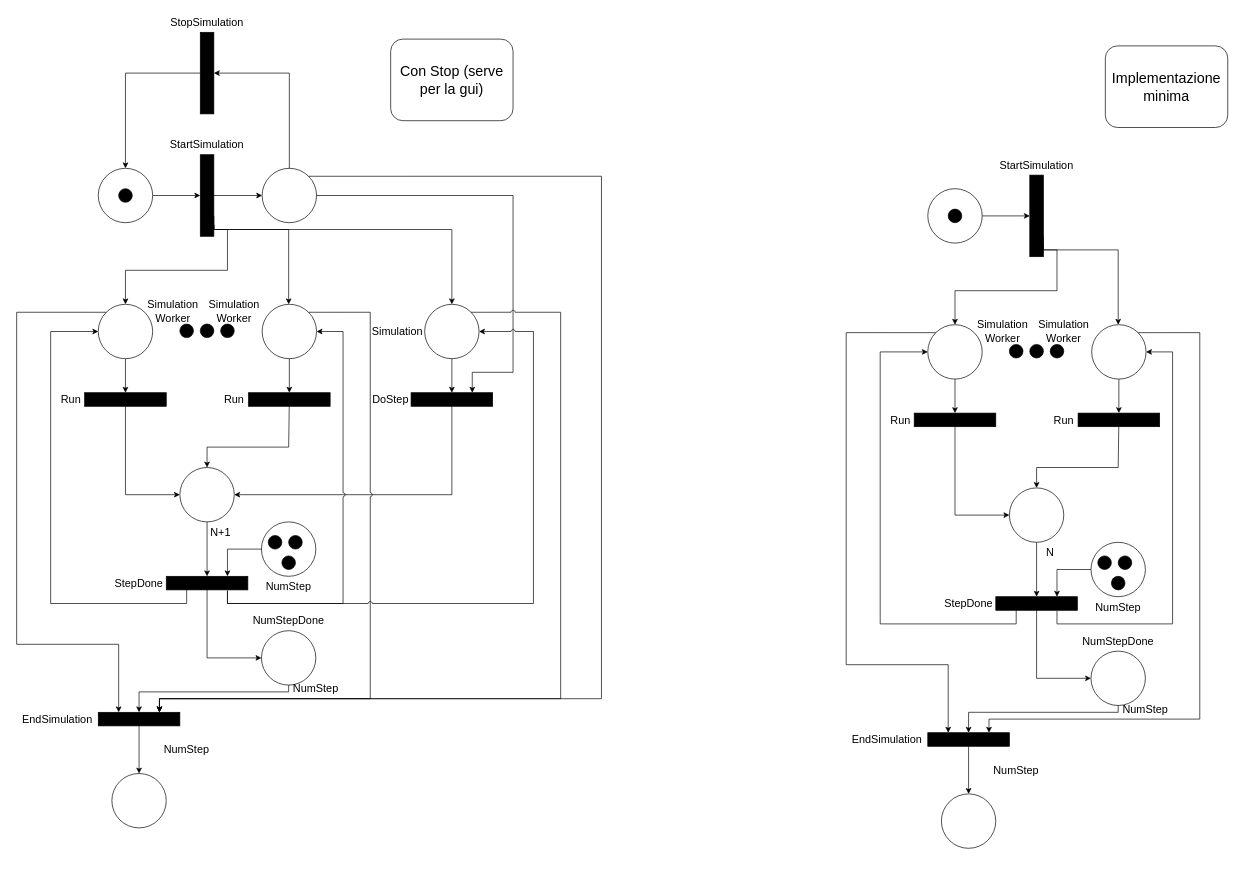
Earlier version of the draw.io diagram page "petrinet" (2 of 3) of PCD_ASS01.drawio (zucchero-sintattico/PCD-ASS02-23-24). Source tidied: cells renumbered, new cells numbered last; positions are measured from the earlier drawing's top-left corner, leaving out a move shared by most shapes. Both pictures are drawn from the tidied source at 68%, with x=0, y=0 at pixel (16, 12).
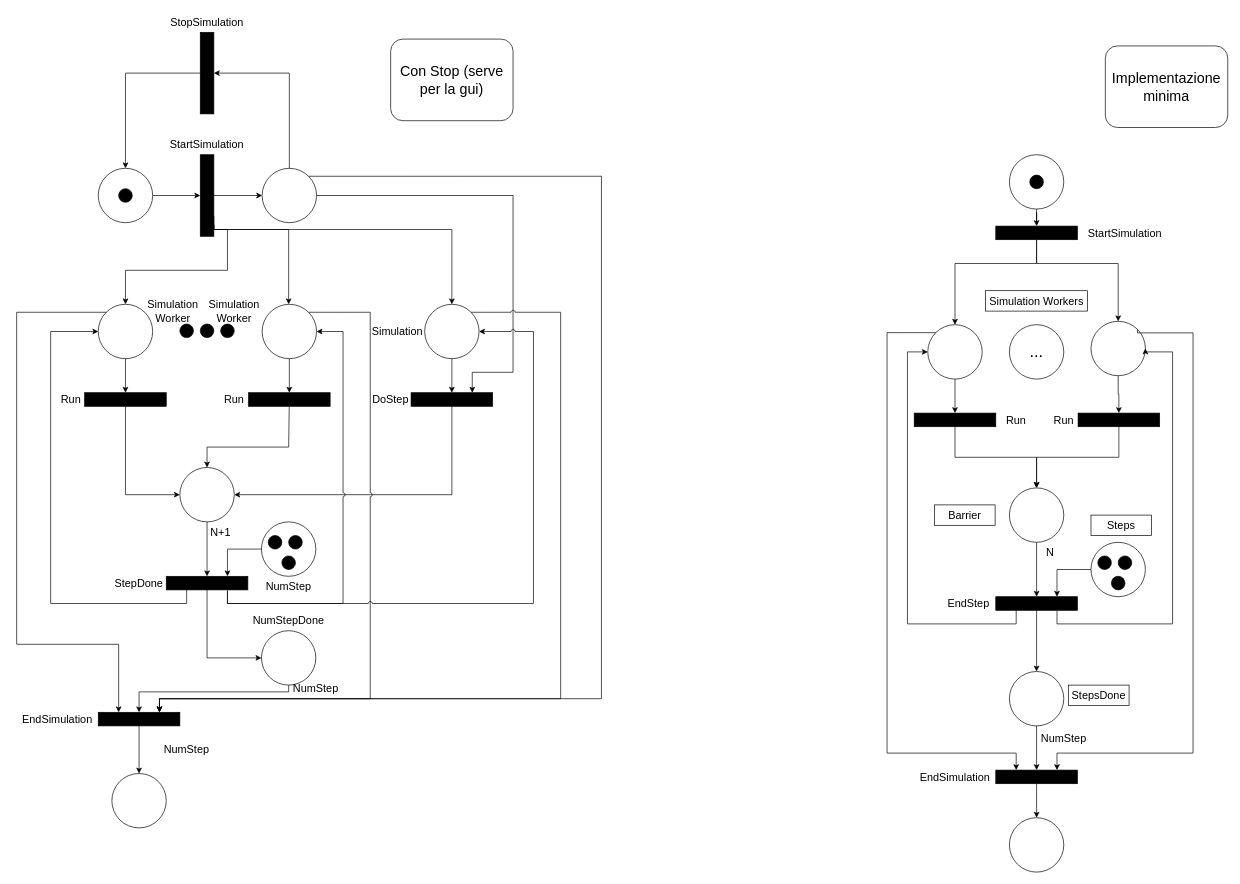
After the change.

The change refers to these unchanged cells:
```xml
<mxCell id="76" style="ellipse;whiteSpace=wrap;html=1;" parent="1" vertex="1">
  <mxGeometry x="1339.9" y="460" width="80" height="80" as="geometry" />
</mxCell>
<mxCell id="80" style="rounded=0;whiteSpace=wrap;html=1;fillColor=#000000;points=[[0,0,0,0,0],[0,0.25,0,0,0],[0,0.5,0,0,0],[0,0.75,0,0,0],[0,1,0,0,0],[0.25,0,0,0,0],[0.25,1,0,0,0],[0.5,0,0,0,0],[0.5,1,0,0,0],[0.75,0,0,0,0],[0.75,1,0,0,0],[1,0,0,0,0],[1,0.25,0,1,0],[1,0.5,0,0,0],[1,0.75,0,0,0],[1,0.86,0,0,0],[1,1,0,0,0]];rotation=90;" parent="1" vertex="1">
  <mxGeometry x="1369.9" y="540" width="20" height="120" as="geometry" />
</mxCell>
<mxCell id="82" style="rounded=0;whiteSpace=wrap;html=1;fillColor=#000000;points=[[0,0,0,0,0],[0,0.25,0,0,0],[0,0.5,0,0,0],[0,0.75,0,0,0],[0,1,0,0,0],[0.25,0,0,0,0],[0.25,1,0,0,0],[0.5,0,0,0,0],[0.5,1,0,0,0],[0.75,0,0,0,0],[0.75,1,0,0,0],[1,0,0,0,0],[1,0.25,0,1,0],[1,0.5,0,0,0],[1,0.75,0,0,0],[1,0.86,0,0,0],[1,1,0,0,0]];rotation=90;" parent="1" vertex="1">
  <mxGeometry x="1610.9" y="540" width="20" height="120" as="geometry" />
</mxCell>
<mxCell id="87" style="ellipse;whiteSpace=wrap;html=1;" parent="1" vertex="1">
  <mxGeometry x="1459.9" y="700" width="80" height="80" as="geometry" />
</mxCell>
<mxCell id="96" style="rounded=0;whiteSpace=wrap;html=1;fillColor=#000000;points=[[0,0,0,0,0],[0,0.25,0,0,0],[0,0.5,0,0,0],[0,0.75,0,0,0],[0,1,0,0,0],[0.25,0,0,0,0],[0.25,1,0,0,0],[0.5,0,0,0,0],[0.5,1,0,0,0],[0.75,0,0,0,0],[0.75,1,0,0,0],[1,0,0,0,0],[1,0.25,0,1,0],[1,0.5,0,0,0],[1,0.75,0,0,0],[1,0.86,0,0,0],[1,1,0,0,0]];rotation=90;" parent="1" vertex="1">
  <mxGeometry x="1489.9" y="810" width="20" height="120" as="geometry" />
</mxCell>
```

What changed in the source:
```diff
@@
-    <mxCell id="66" style="ellipse;whiteSpace=wrap;html=1;fillColor=#000000;" parent="1" vertex="1">
-      <mxGeometry x="1459.9" y="489" width="20" height="20" as="geometry" />
-    </mxCell>
-    <mxCell id="67" style="ellipse;whiteSpace=wrap;html=1;fillColor=#000000;" parent="1" vertex="1">
-      <mxGeometry x="1489.9" y="489" width="20" height="20" as="geometry" />
-    </mxCell>
-    <mxCell id="68" style="ellipse;whiteSpace=wrap;html=1;fillColor=#000000;" parent="1" vertex="1">
-      <mxGeometry x="1519.9" y="489" width="20" height="20" as="geometry" />
-    </mxCell>
-    <mxCell id="69" style="edgeStyle=orthogonalEdgeStyle;rounded=0;jettySize=auto;html=1;entryX=0;entryY=0.5;entryDx=0;entryDy=0;" parent="1" edge="1" source="70" target="74">
+    <mxCell id="69" style="edgeStyle=orthogonalEdgeStyle;rounded=0;jettySize=auto;html=1;exitX=0.5;exitY=1;exitDx=0;exitDy=0;" parent="1" edge="1" source="70" target="74">
       <mxGeometry relative="1" as="geometry" />
     </mxCell>
     <mxCell id="70" style="ellipse;whiteSpace=wrap;html=1;" parent="1" vertex="1">
-      <mxGeometry x="1339.9" y="260" width="80" height="80" as="geometry" />
+      <mxGeometry x="1459.9" y="210" width="80" height="80" as="geometry" />
     </mxCell>
     <mxCell id="71" style="ellipse;whiteSpace=wrap;html=1;fillColor=#000000;" parent="1" vertex="1">
-      <mxGeometry x="1369.9" y="290" width="20" height="20" as="geometry" />
+      <mxGeometry x="1489.9" y="240" width="20" height="20" as="geometry" />
     </mxCell>
+    <mxCell id="73" style="edgeStyle=orthogonalEdgeStyle;rounded=0;jettySize=auto;html=1;exitX=1;exitY=0.5;exitDx=0;exitDy=0;exitPerimeter=0;entryX=0.5;entryY=0;entryDx=0;entryDy=0;" parent="1" edge="1" source="74" target="76">
+      <mxGeometry relative="1" as="geometry">
+        <Array as="points">
+          <mxPoint x="1500" y="370" />
+          <mxPoint x="1380" y="370" />
+        </Array>
+      </mxGeometry>
+    </mxCell>
-    <mxCell id="72" style="edgeStyle=orthogonalEdgeStyle;rounded=0;jettySize=auto;html=1;exitX=1;exitY=0.75;exitDx=0;exitDy=0;exitPerimeter=0;" parent="1" edge="1" source="74" target="78">
+    <mxCell id="72" style="edgeStyle=orthogonalEdgeStyle;rounded=0;jettySize=auto;html=1;exitX=1;exitY=0.5;exitDx=0;exitDy=0;exitPerimeter=0;entryX=0.5;entryY=0;entryDx=0;entryDy=0;" parent="1" edge="1" source="74" target="78">
       <mxGeometry relative="1" as="geometry">
         <Array as="points">
-          <mxPoint x="1509.9" y="350" />
-          <mxPoint x="1619.9" y="350" />
+          <mxPoint x="1500" y="370" />
+          <mxPoint x="1620" y="370" />
         </Array>
       </mxGeometry>
     </mxCell>
-    <mxCell id="73" style="edgeStyle=orthogonalEdgeStyle;rounded=0;jettySize=auto;html=1;exitX=1;exitY=0.86;exitDx=0;exitDy=0;exitPerimeter=0;entryX=0.5;entryY=0;entryDx=0;entryDy=0;" parent="1" edge="1" source="74" target="76">
-      <mxGeometry relative="1" as="geometry">
-        <Array as="points">
-          <mxPoint x="1509.9" y="350" />
-          <mxPoint x="1529.9" y="350" />
-          <mxPoint x="1529.9" y="410" />
-          <mxPoint x="1379.9" y="410" />
-        </Array>
-      </mxGeometry>
-    </mxCell>
-    <mxCell id="74" style="rounded=0;whiteSpace=wrap;html=1;fillColor=#000000;points=[[0,0,0,0,0],[0,0.25,0,0,0],[0,0.5,0,0,0],[0,0.75,0,0,0],[0,1,0,0,0],[0.25,0,0,0,0],[0.25,1,0,0,0],[0.5,0,0,0,0],[0.5,1,0,0,0],[0.75,0,0,0,0],[0.75,1,0,0,0],[1,0,0,0,0],[1,0.25,0,1,0],[1,0.5,0,0,0],[1,0.75,0,0,0],[1,0.86,0,0,0],[1,1,0,0,0]];" parent="1" vertex="1">
-      <mxGeometry x="1489.9" y="240" width="20" height="120" as="geometry" />
+    <mxCell id="74" style="rounded=0;whiteSpace=wrap;html=1;fillColor=#000000;points=[[0,0,0,0,0],[0,0.25,0,0,0],[0,0.5,0,0,0],[0,0.75,0,0,0],[0,1,0,0,0],[0.25,0,0,0,0],[0.25,1,0,0,0],[0.5,0,0,0,0],[0.5,1,0,0,0],[0.75,0,0,0,0],[0.75,1,0,0,0],[1,0,0,0,0],[1,0.25,0,1,0],[1,0.5,0,0,0],[1,0.75,0,0,0],[1,0.86,0,0,0],[1,1,0,0,0]];rotation=90;" parent="1" vertex="1">
+      <mxGeometry x="1489.9" y="265" width="20" height="120" as="geometry" />
     </mxCell>
     <mxCell id="75" value="&lt;font style=&quot;font-size: 16px;&quot;&gt;StartSimulation&lt;/font&gt;" style="text;html=1;align=center;verticalAlign=middle;whiteSpace=wrap;rounded=0;" parent="1" vertex="1">
-      <mxGeometry x="1469.9" y="210" width="60" height="30" as="geometry" />
+      <mxGeometry x="1599.9" y="310" width="60" height="30" as="geometry" />
     </mxCell>
@@
     <mxCell id="78" style="ellipse;whiteSpace=wrap;html=1;" parent="1" vertex="1">
-      <mxGeometry x="1580.9" y="460" width="80" height="80" as="geometry" />
+      <mxGeometry x="1579.9" y="455" width="80" height="80" as="geometry" />
     </mxCell>
-    <mxCell id="79" style="edgeStyle=orthogonalEdgeStyle;rounded=0;jettySize=auto;html=1;entryX=0;entryY=0.5;entryDx=0;entryDy=0;" parent="1" edge="1" source="80" target="87">
-      <mxGeometry relative="1" as="geometry">
-        <Array as="points">
-          <mxPoint x="1379.9" y="740" />
-        </Array>
-      </mxGeometry>
+    <mxCell id="79" style="edgeStyle=orthogonalEdgeStyle;rounded=0;jettySize=auto;html=1;exitX=1;exitY=0.5;exitDx=0;exitDy=0;exitPerimeter=0;entryX=0.5;entryY=0;entryDx=0;entryDy=0;" parent="1" edge="1" source="80" target="87">
+      <mxGeometry relative="1" as="geometry" />
     </mxCell>
@@
-    <mxCell id="81" style="edgeStyle=orthogonalEdgeStyle;rounded=0;jettySize=auto;html=1;entryX=0.5;entryY=0;entryDx=0;entryDy=0;" parent="1" edge="1" source="82" target="87">
-      <mxGeometry relative="1" as="geometry">
-        <Array as="points">
-          <mxPoint x="1619.9" y="670" />
-          <mxPoint x="1499.9" y="670" />
-        </Array>
-      </mxGeometry>
+    <mxCell id="81" style="edgeStyle=orthogonalEdgeStyle;rounded=0;jettySize=auto;html=1;exitX=1;exitY=0.5;exitDx=0;exitDy=0;exitPerimeter=0;entryX=0.5;entryY=0;entryDx=0;entryDy=0;" parent="1" edge="1" source="82" target="87">
+      <mxGeometry relative="1" as="geometry" />
     </mxCell>
@@
     <mxCell id="83" value="&lt;span style=&quot;font-size: 16px;&quot;&gt;Run&lt;/span&gt;" style="text;html=1;align=center;verticalAlign=middle;whiteSpace=wrap;rounded=0;" parent="1" vertex="1">
-      <mxGeometry x="1269.9" y="585" width="60" height="30" as="geometry" />
+      <mxGeometry x="1439.9" y="585" width="60" height="30" as="geometry" />
     </mxCell>
@@
-    <mxCell id="92" value="&lt;span style=&quot;font-size: 16px;&quot;&gt;NumStep&lt;/span&gt;" style="text;html=1;align=center;verticalAlign=middle;whiteSpace=wrap;rounded=0;" parent="1" vertex="1">
-      <mxGeometry x="1589.9" y="860" width="60" height="30" as="geometry" />
-    </mxCell>
     <mxCell id="93" style="edgeStyle=orthogonalEdgeStyle;rounded=0;jettySize=auto;html=1;exitX=1;exitY=0.75;exitDx=0;exitDy=0;exitPerimeter=0;entryX=0;entryY=0.5;entryDx=0;entryDy=0;" parent="1" edge="1" source="96" target="76">
       <mxGeometry relative="1" as="geometry">
         <Array as="points">
-          <mxPoint x="1469.9" y="900" />
-          <mxPoint x="1269.9" y="900" />
-          <mxPoint x="1269.9" y="500" />
+          <mxPoint x="1470" y="900" />
+          <mxPoint x="1310" y="900" />
+          <mxPoint x="1310" y="500" />
         </Array>
       </mxGeometry>
     </mxCell>
@@
-    <mxCell id="95" style="edgeStyle=orthogonalEdgeStyle;rounded=0;jettySize=auto;html=1;exitX=1;exitY=0.5;exitDx=0;exitDy=0;exitPerimeter=0;entryX=0;entryY=0.5;entryDx=0;entryDy=0;" parent="1" edge="1" source="96" target="100">
+    <mxCell id="95" style="edgeStyle=orthogonalEdgeStyle;rounded=0;jettySize=auto;html=1;exitX=1;exitY=0.5;exitDx=0;exitDy=0;exitPerimeter=0;entryX=0.5;entryY=0;entryDx=0;entryDy=0;" parent="1" edge="1" source="96" target="100">
       <mxGeometry relative="1" as="geometry" />
     </mxCell>
@@
-    <mxCell id="97" value="&lt;span style=&quot;font-size: 16px;&quot;&gt;StepDone&lt;/span&gt;" style="text;html=1;align=center;verticalAlign=middle;whiteSpace=wrap;rounded=0;" parent="1" vertex="1">
+    <mxCell id="97" value="&lt;span style=&quot;font-size: 16px;&quot;&gt;EndStep&lt;/span&gt;" style="text;html=1;align=center;verticalAlign=middle;whiteSpace=wrap;rounded=0;" parent="1" vertex="1">
       <mxGeometry x="1369.9" y="855" width="60" height="30" as="geometry" />
     </mxCell>
@@
     <mxCell id="100" style="ellipse;whiteSpace=wrap;html=1;" parent="1" vertex="1">
-      <mxGeometry x="1579.9" y="940" width="80" height="80" as="geometry" />
+      <mxGeometry x="1459.9" y="970" width="80" height="80" as="geometry" />
     </mxCell>
-    <mxCell id="101" value="&lt;span style=&quot;font-size: 16px;&quot;&gt;NumStepDone&lt;/span&gt;" style="text;html=1;align=center;verticalAlign=middle;whiteSpace=wrap;rounded=0;" parent="1" vertex="1">
-      <mxGeometry x="1589.9" y="910" width="60" height="30" as="geometry" />
-    </mxCell>
@@
     <mxCell id="103" style="rounded=0;whiteSpace=wrap;html=1;fillColor=#000000;points=[[0,0,0,0,0],[0,0.25,0,0,0],[0,0.5,0,0,0],[0,0.75,0,0,0],[0,1,0,0,0],[0.25,0,0,0,0],[0.25,1,0,0,0],[0.5,0,0,0,0],[0.5,1,0,0,0],[0.75,0,0,0,0],[0.75,1,0,0,0],[1,0,0,0,0],[1,0.25,0,1,0],[1,0.5,0,0,0],[1,0.75,0,0,0],[1,0.86,0,0,0],[1,1,0,0,0]];rotation=90;" parent="1" vertex="1">
-      <mxGeometry x="1389.9" y="1010" width="20" height="120" as="geometry" />
+      <mxGeometry x="1489.9" y="1065" width="20" height="120" as="geometry" />
     </mxCell>
     <mxCell id="104" value="&lt;span style=&quot;font-size: 16px;&quot;&gt;EndSimulation&lt;/span&gt;" style="text;html=1;align=center;verticalAlign=middle;whiteSpace=wrap;rounded=0;" parent="1" vertex="1">
-      <mxGeometry x="1249.9" y="1057.5" width="60" height="25" as="geometry" />
+      <mxGeometry x="1349.9" y="1112.5" width="60" height="25" as="geometry" />
     </mxCell>
     <mxCell id="105" style="edgeStyle=orthogonalEdgeStyle;rounded=0;jettySize=auto;html=1;exitX=0;exitY=0;exitDx=0;exitDy=0;entryX=0;entryY=0.75;entryDx=0;entryDy=0;entryPerimeter=0;" parent="1" edge="1" source="76" target="103">
       <mxGeometry relative="1" as="geometry">
         <Array as="points">
-          <mxPoint x="1219.9" y="472" />
-          <mxPoint x="1219.9" y="960" />
-          <mxPoint x="1369.9" y="960" />
+          <mxPoint x="1280" y="472" />
+          <mxPoint x="1280" y="1090" />
+          <mxPoint x="1470" y="1090" />
         </Array>
       </mxGeometry>
     </mxCell>
     <mxCell id="106" style="edgeStyle=orthogonalEdgeStyle;rounded=0;jettySize=auto;html=1;exitX=1;exitY=0;exitDx=0;exitDy=0;entryX=0;entryY=0.25;entryDx=0;entryDy=0;entryPerimeter=0;jumpStyle=arc;" parent="1" edge="1" source="78" target="103">
       <mxGeometry relative="1" as="geometry">
         <Array as="points">
-          <mxPoint x="1739.9" y="472" />
-          <mxPoint x="1739.9" y="1040" />
-          <mxPoint x="1429.9" y="1040" />
+          <mxPoint x="1730" y="472" />
+          <mxPoint x="1730" y="1090" />
+          <mxPoint x="1530" y="1090" />
         </Array>
       </mxGeometry>
     </mxCell>
-    <mxCell id="107" style="edgeStyle=orthogonalEdgeStyle;rounded=0;jettySize=auto;html=1;exitX=0.5;exitY=1;exitDx=0;exitDy=0;entryX=0;entryY=0.5;entryDx=0;entryDy=0;entryPerimeter=0;" parent="1" edge="1" source="100" target="103">
-      <mxGeometry relative="1" as="geometry">
-        <Array as="points">
-          <mxPoint x="1619.9" y="1030" />
-          <mxPoint x="1399.9" y="1030" />
-        </Array>
-      </mxGeometry>
-    </mxCell>
-    <mxCell id="108" value="&lt;span style=&quot;font-size: 16px;&quot;&gt;NumStep&lt;/span&gt;" style="text;html=1;align=center;verticalAlign=middle;whiteSpace=wrap;rounded=0;" parent="1" vertex="1">
-      <mxGeometry x="1629.9" y="1010" width="60" height="30" as="geometry" />
-    </mxCell>
-    <mxCell id="109" value="&lt;font style=&quot;font-size: 16px;&quot;&gt;Simulation Worker&lt;/font&gt;" style="text;html=1;align=center;verticalAlign=middle;whiteSpace=wrap;rounded=0;" parent="1" vertex="1">
-      <mxGeometry x="1419.9" y="455" width="60" height="30" as="geometry" />
-    </mxCell>
-    <mxCell id="110" value="&lt;font style=&quot;font-size: 16px;&quot;&gt;Simulation Worker&lt;/font&gt;" style="text;html=1;align=center;verticalAlign=middle;whiteSpace=wrap;rounded=0;" parent="1" vertex="1">
-      <mxGeometry x="1509.9" y="455" width="60" height="30" as="geometry" />
-    </mxCell>
     <mxCell id="111" value="&lt;span style=&quot;font-size: 16px;&quot;&gt;NumStep&lt;/span&gt;" style="text;html=1;align=center;verticalAlign=middle;whiteSpace=wrap;rounded=0;" parent="1" vertex="1">
-      <mxGeometry x="1439.9" y="1100" width="60" height="30" as="geometry" />
+      <mxGeometry x="1509.9" y="1052.5" width="60" height="30" as="geometry" />
     </mxCell>
     <mxCell id="112" style="ellipse;whiteSpace=wrap;html=1;" parent="1" vertex="1">
-      <mxGeometry x="1359.9" y="1150" width="80" height="80" as="geometry" />
+      <mxGeometry x="1459.9" y="1185" width="80" height="80" as="geometry" />
     </mxCell>
@@
+    <mxCell id="115" value="&lt;font style=&quot;font-size: 24px;&quot;&gt;...&lt;/font&gt;" style="ellipse;whiteSpace=wrap;html=1;" parent="1" vertex="1">
+      <mxGeometry x="1459.9" y="460" width="80" height="80" as="geometry" />
+    </mxCell>
+    <mxCell id="107" style="edgeStyle=orthogonalEdgeStyle;rounded=0;jettySize=auto;html=1;exitX=0.5;exitY=1;exitDx=0;exitDy=0;entryX=0;entryY=0.5;entryDx=0;entryDy=0;entryPerimeter=0;" parent="1" edge="1" source="100" target="103">
+      <mxGeometry relative="1" as="geometry" />
+    </mxCell>
+    <mxCell id="116" value="&lt;font style=&quot;font-size: 16px;&quot;&gt;Simulation Workers&lt;/font&gt;" style="text;html=1;align=center;verticalAlign=middle;whiteSpace=wrap;rounded=0;fillColor=none;strokeColor=default;" parent="1" vertex="1">
+      <mxGeometry x="1425" y="410" width="149.9" height="30" as="geometry" />
+    </mxCell>
+    <mxCell id="117" value="&lt;font style=&quot;font-size: 16px;&quot;&gt;Barrier&lt;/font&gt;" style="text;html=1;align=center;verticalAlign=middle;whiteSpace=wrap;rounded=0;fillColor=none;strokeColor=default;" parent="1" vertex="1">
+      <mxGeometry x="1349.9" y="725" width="89" height="30" as="geometry" />
+    </mxCell>
+    <mxCell id="118" value="&lt;font style=&quot;font-size: 16px;&quot;&gt;Steps&lt;/font&gt;" style="text;html=1;align=center;verticalAlign=middle;whiteSpace=wrap;rounded=0;fillColor=none;strokeColor=default;" parent="1" vertex="1">
+      <mxGeometry x="1579.9" y="740" width="89" height="30" as="geometry" />
+    </mxCell>
+    <mxCell id="119" value="&lt;font style=&quot;font-size: 16px;&quot;&gt;StepsDone&lt;/font&gt;" style="text;html=1;align=center;verticalAlign=middle;whiteSpace=wrap;rounded=0;fillColor=none;strokeColor=default;" parent="1" vertex="1">
+      <mxGeometry x="1546.9" y="990" width="89" height="30" as="geometry" />
+    </mxCell>
```
